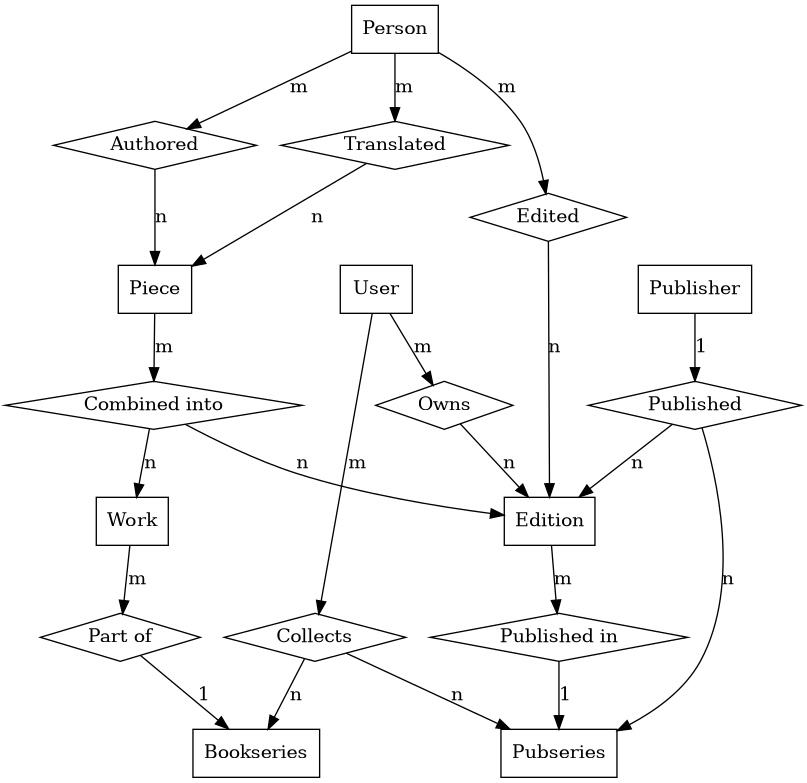
Above: data-er.png in Makistos/suomisf (Graphviz), before the change. Its source is kept beside it as data-er.gv. Source of this version:
```dot
digraph g {
	rankdir = TB;
	node [shape=plaintext];

	node [shape=box];
		Person;
		Edition;
		Work;
		Piece;
		Publisher;
		Bookseries;
		Pubseries;
		User;
	node [shape=diamond];
		Authored; Edited; Translated;
		"Combined into";
		"Part of";
		"Published in";
		Published;
		"Owns";
		"Collects";

	Person -> Authored [label = "m"];
	Authored -> Piece [label = "n"];
	Person -> Translated [label = "m"];
	Translated -> Piece [label = "n"];
	Person -> Edited [label = "m"];
	Edited -> Edition [label = "n"];

	Publisher -> Published [label = "1"];
	Published -> Edition [label = "n"];
	Published -> Pubseries [label = "n"];

	Work -> "Part of" [label = "m"];
	"Part of" -> Bookseries [label = "1"];
	Edition -> "Published in" [label = "m"];
	"Published in" -> Pubseries [label = "1"];
	Piece -> "Combined into" [label = "m"];
	"Combined into" -> Edition [label = "n"];
	"Combined into" -> Work [label = "n"];

	User -> Owns [label = "m"];
	Owns -> Edition [label = "n"];
	User -> "Collects" [label = "m"];
	"Collects" -> Bookseries [label = "n"];
	"Collects" -> Pubseries [label = "n"];
}
```
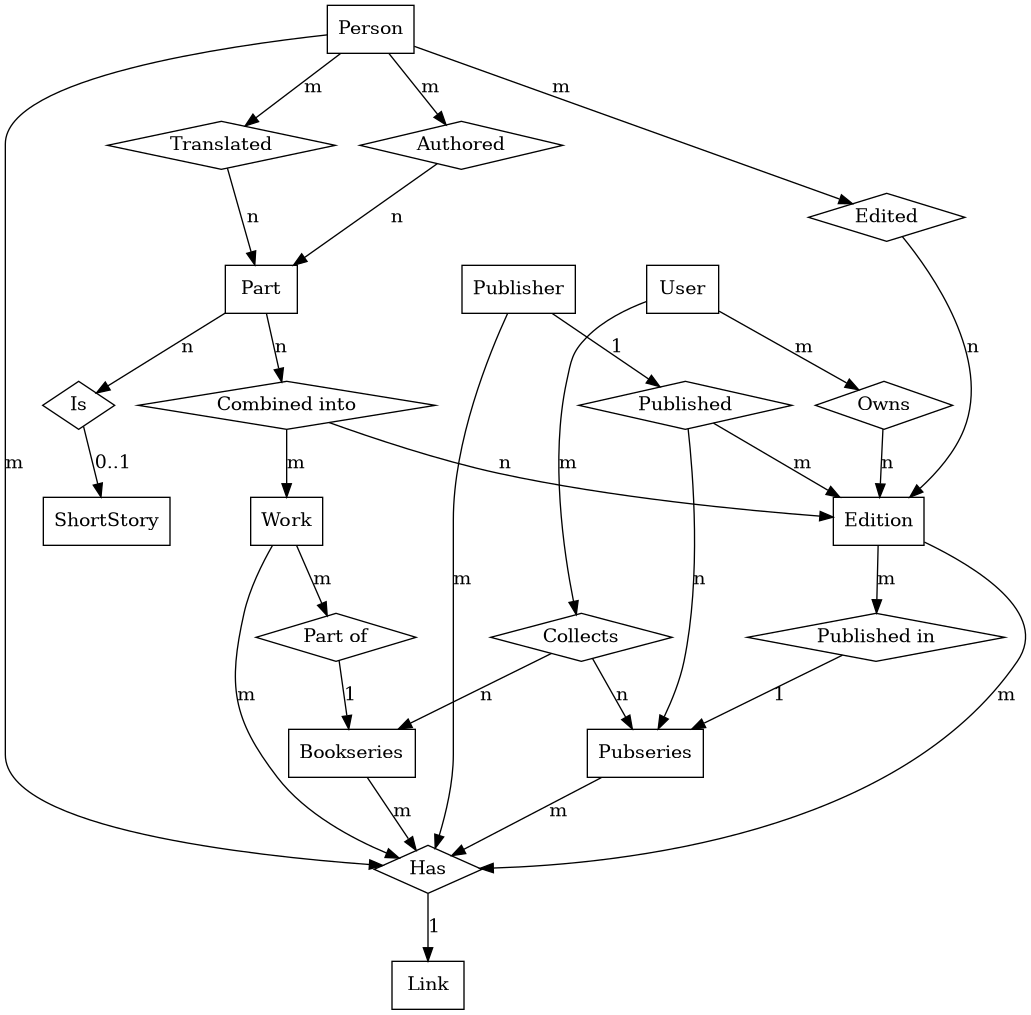
The same diagram one commit later.

Diff of the diagram source:
```diff
@@ -6,11 +6,13 @@
 		Person;
 		Edition;
 		Work;
-		Piece;
+		Part;
 		Publisher;
 		Bookseries;
 		Pubseries;
 		User;
+                ShortStory;
+                Link;
 	node [shape=diamond];
 		Authored; Edited; Translated;
 		"Combined into";
@@ -19,29 +21,40 @@
 		Published;
 		"Owns";
 		"Collects";
+                Is;
+                Has;
 
 	Person -> Authored [label = "m"];
-	Authored -> Piece [label = "n"];
+	Authored -> Part [label = "n"];
 	Person -> Translated [label = "m"];
-	Translated -> Piece [label = "n"];
+	Translated -> Part [label = "n"];
 	Person -> Edited [label = "m"];
 	Edited -> Edition [label = "n"];
 
 	Publisher -> Published [label = "1"];
-	Published -> Edition [label = "n"];
+	Published -> Edition [label = "m"];
 	Published -> Pubseries [label = "n"];
 
 	Work -> "Part of" [label = "m"];
 	"Part of" -> Bookseries [label = "1"];
 	Edition -> "Published in" [label = "m"];
 	"Published in" -> Pubseries [label = "1"];
-	Piece -> "Combined into" [label = "m"];
+	Part -> "Combined into" [label = "n"];
 	"Combined into" -> Edition [label = "n"];
-	"Combined into" -> Work [label = "n"];
+	"Combined into" -> Work [label = "m"];
+        Part -> Is [label = "n"];
+        Is -> ShortStory [label = "0..1"];
 
 	User -> Owns [label = "m"];
 	Owns -> Edition [label = "n"];
 	User -> "Collects" [label = "m"];
 	"Collects" -> Bookseries [label = "n"];
 	"Collects" -> Pubseries [label = "n"];
+        Has -> Link [label="1"];
+        Person -> Has [label = "m"];
+        Work -> Has [label = "m"];
+        Edition -> Has [label = "m"];
+        Pubseries -> Has [label = "m"];
+        Bookseries -> Has [label = "m"];
+        Publisher -> Has [label = "m"];
 }
```
